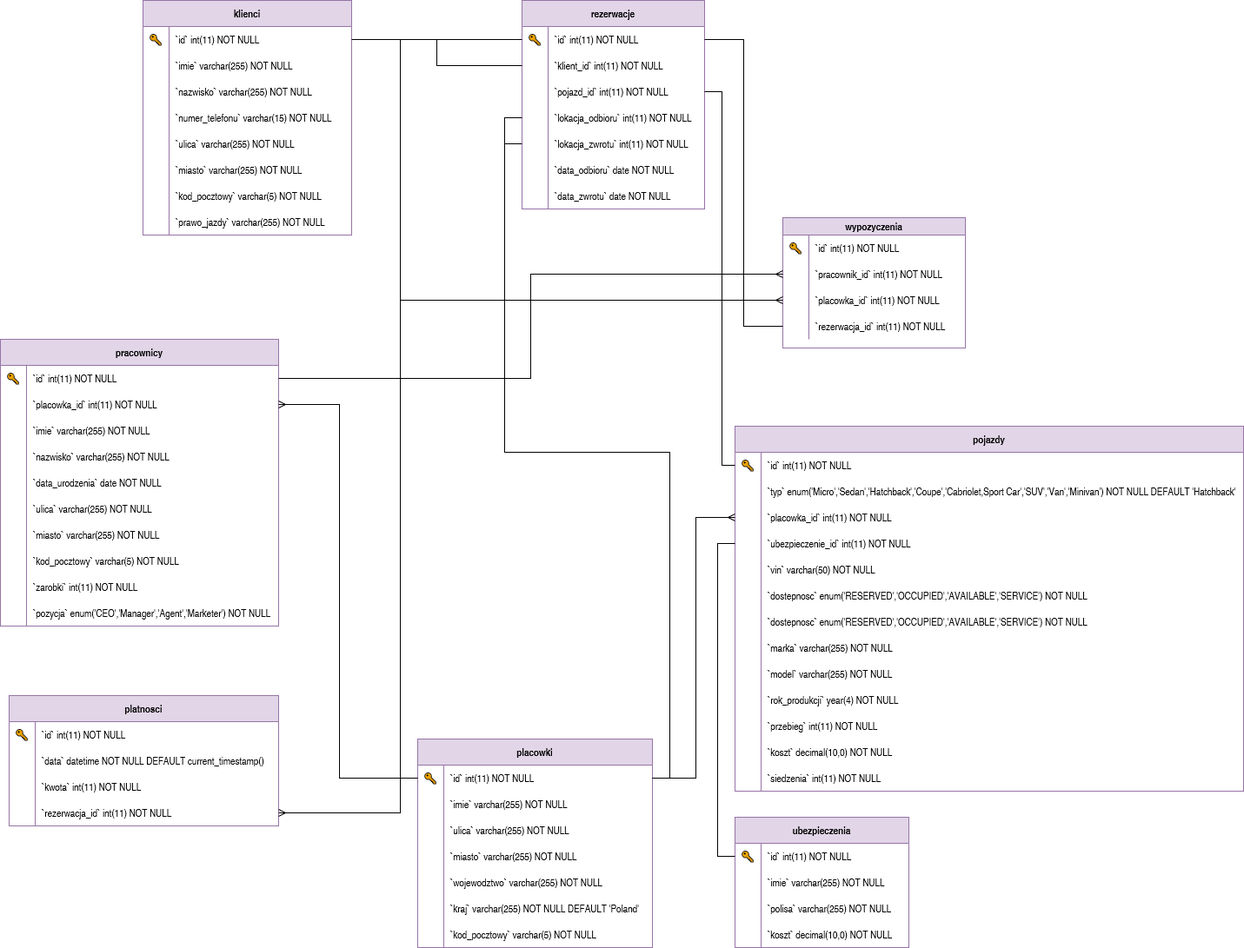
mcschoolaccount/car-sharing keeps this draw.io diagram as erd.png. Above is the earlier version. Source tidied: cells renumbered, new cells last; positions are measured from the earlier drawing's top-left corner, leaving out a move shared by most shapes.
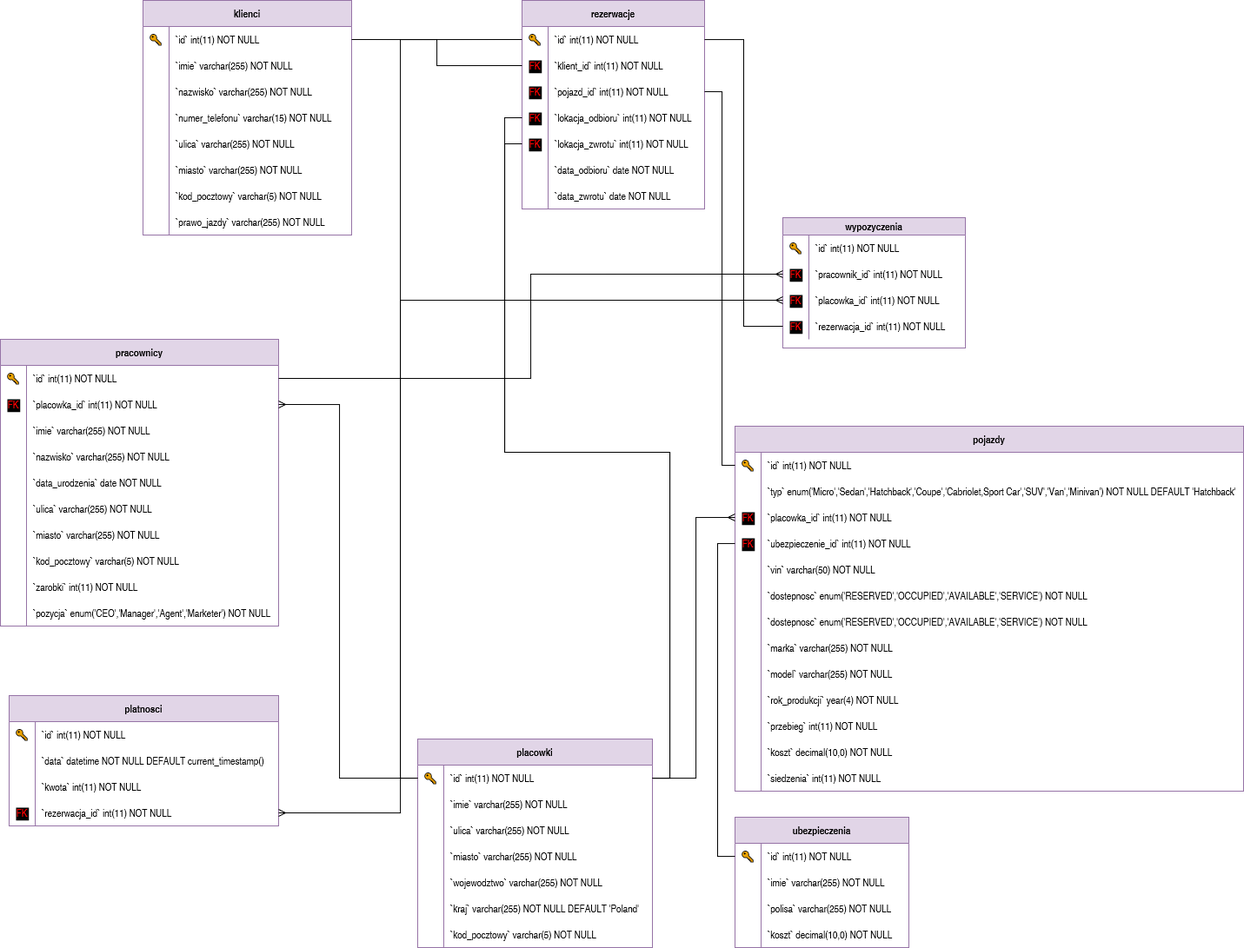
The same diagram one commit later.

Diff of the diagram source:
```diff
@@ -176,7 +176,7 @@
     <mxCell id="59" style="shape=tableRow;horizontal=0;startSize=0;swimlaneHead=0;swimlaneBody=0;fillColor=none;points=[[0,0.5],[1,0.5]];portConstraint=eastwest;strokeColor=inherit;top=0;left=0;right=0;bottom=0;" parent="49" vertex="1">
       <mxGeometry y="120" width="310" height="30" as="geometry" />
     </mxCell>
-    <mxCell id="60" style="shape=partialRectangle;overflow=hidden;fillColor=none;strokeColor=inherit;top=0;left=0;bottom=0;right=0;" parent="59" vertex="1">
+    <mxCell id="60" value="FK" style="shape=partialRectangle;overflow=hidden;fillColor=none;strokeColor=inherit;top=0;left=0;bottom=0;right=0;labelBackgroundColor=#000000;fontColor=#FF0000;" parent="59" vertex="1">
       <mxGeometry width="30" height="30" as="geometry" />
     </mxCell>
     <mxCell id="61" value="`rezerwacja_id` int(11) NOT NULL" style="shape=partialRectangle;overflow=hidden;fillColor=none;align=left;strokeColor=inherit;top=0;left=0;bottom=0;right=0;spacingLeft=6;" parent="59" vertex="1">
@@ -206,7 +206,7 @@
     <mxCell id="69" style="shape=tableRow;horizontal=0;startSize=0;swimlaneHead=0;swimlaneBody=0;fillColor=none;points=[[0,0.5],[1,0.5]];portConstraint=eastwest;strokeColor=inherit;top=0;left=0;right=0;bottom=0;" parent="62" vertex="1">
       <mxGeometry y="90" width="585" height="30" as="geometry" />
     </mxCell>
-    <mxCell id="70" style="shape=partialRectangle;overflow=hidden;fillColor=none;strokeColor=inherit;top=0;left=0;bottom=0;right=0;" parent="69" vertex="1">
+    <mxCell id="70" value="FK" style="shape=partialRectangle;overflow=hidden;fillColor=none;strokeColor=inherit;top=0;left=0;bottom=0;right=0;labelBackgroundColor=#000000;fontColor=#FF0000;" parent="69" vertex="1">
       <mxGeometry width="30" height="30" as="geometry" />
     </mxCell>
     <mxCell id="71" value="`placowka_id` int(11) NOT NULL" style="shape=partialRectangle;overflow=hidden;fillColor=none;align=left;strokeColor=inherit;top=0;left=0;bottom=0;right=0;spacingLeft=6;" parent="69" vertex="1">
@@ -215,7 +215,7 @@
     <mxCell id="72" style="shape=tableRow;horizontal=0;startSize=0;swimlaneHead=0;swimlaneBody=0;fillColor=none;points=[[0,0.5],[1,0.5]];portConstraint=eastwest;strokeColor=inherit;top=0;left=0;right=0;bottom=0;" parent="62" vertex="1">
       <mxGeometry y="120" width="585" height="30" as="geometry" />
     </mxCell>
-    <mxCell id="73" style="shape=partialRectangle;overflow=hidden;fillColor=none;strokeColor=inherit;top=0;left=0;bottom=0;right=0;" parent="72" vertex="1">
+    <mxCell id="73" value="FK" style="shape=partialRectangle;overflow=hidden;fillColor=none;strokeColor=inherit;top=0;left=0;bottom=0;right=0;labelBackgroundColor=#000000;fontColor=#FF0000;" parent="72" vertex="1">
       <mxGeometry width="30" height="30" as="geometry" />
     </mxCell>
     <mxCell id="74" value="`ubezpieczenie_id` int(11) NOT NULL" style="shape=partialRectangle;overflow=hidden;fillColor=none;align=left;strokeColor=inherit;top=0;left=0;bottom=0;right=0;spacingLeft=6;" parent="72" vertex="1">
@@ -317,7 +317,7 @@
     <mxCell id="106" style="shape=tableRow;horizontal=0;startSize=0;swimlaneHead=0;swimlaneBody=0;fillColor=none;points=[[0,0.5],[1,0.5]];portConstraint=eastwest;strokeColor=inherit;top=0;left=0;right=0;bottom=0;" parent="102" vertex="1">
       <mxGeometry y="60" width="320" height="30" as="geometry" />
     </mxCell>
-    <mxCell id="107" style="shape=partialRectangle;overflow=hidden;fillColor=none;strokeColor=inherit;top=0;left=0;bottom=0;right=0;" parent="106" vertex="1">
+    <mxCell id="107" value="FK" style="shape=partialRectangle;overflow=hidden;fillColor=none;strokeColor=inherit;top=0;left=0;bottom=0;right=0;labelBackgroundColor=#000000;fontColor=#FF0000;" parent="106" vertex="1">
       <mxGeometry width="30" height="30" as="geometry" />
     </mxCell>
     <mxCell id="108" value="`placowka_id` int(11) NOT NULL" style="shape=partialRectangle;overflow=hidden;fillColor=none;align=left;strokeColor=inherit;top=0;left=0;bottom=0;right=0;spacingLeft=6;" parent="106" vertex="1">
@@ -410,7 +410,7 @@
     <mxCell id="137" style="shape=tableRow;horizontal=0;startSize=0;swimlaneHead=0;swimlaneBody=0;fillColor=none;points=[[0,0.5],[1,0.5]];portConstraint=eastwest;strokeColor=inherit;top=0;left=0;right=0;bottom=0;" parent="133" vertex="1">
       <mxGeometry y="60" width="210" height="30" as="geometry" />
     </mxCell>
-    <mxCell id="138" style="shape=partialRectangle;overflow=hidden;fillColor=none;strokeColor=inherit;top=0;left=0;bottom=0;right=0;" parent="137" vertex="1">
+    <mxCell id="138" value="FK" style="shape=partialRectangle;overflow=hidden;fillColor=none;strokeColor=inherit;top=0;left=0;bottom=0;right=0;labelBackgroundColor=#000000;fontColor=#FF0000;" parent="137" vertex="1">
       <mxGeometry width="30" height="30" as="geometry" />
     </mxCell>
     <mxCell id="139" value="`klient_id` int(11) NOT NULL" style="shape=partialRectangle;overflow=hidden;fillColor=none;align=left;strokeColor=inherit;top=0;left=0;bottom=0;right=0;spacingLeft=6;" parent="137" vertex="1">
@@ -419,7 +419,7 @@
     <mxCell id="140" style="shape=tableRow;horizontal=0;startSize=0;swimlaneHead=0;swimlaneBody=0;fillColor=none;points=[[0,0.5],[1,0.5]];portConstraint=eastwest;strokeColor=inherit;top=0;left=0;right=0;bottom=0;" parent="133" vertex="1">
       <mxGeometry y="90" width="210" height="30" as="geometry" />
     </mxCell>
-    <mxCell id="141" style="shape=partialRectangle;overflow=hidden;fillColor=none;strokeColor=inherit;top=0;left=0;bottom=0;right=0;" parent="140" vertex="1">
+    <mxCell id="141" value="FK" style="shape=partialRectangle;overflow=hidden;fillColor=none;strokeColor=inherit;top=0;left=0;bottom=0;right=0;labelBackgroundColor=#000000;fontColor=#FF0000;" parent="140" vertex="1">
       <mxGeometry width="30" height="30" as="geometry" />
     </mxCell>
     <mxCell id="142" value="`pojazd_id` int(11) NOT NULL" style="shape=partialRectangle;overflow=hidden;fillColor=none;align=left;strokeColor=inherit;top=0;left=0;bottom=0;right=0;spacingLeft=6;" parent="140" vertex="1">
@@ -428,7 +428,7 @@
     <mxCell id="143" style="shape=tableRow;horizontal=0;startSize=0;swimlaneHead=0;swimlaneBody=0;fillColor=none;points=[[0,0.5],[1,0.5]];portConstraint=eastwest;strokeColor=inherit;top=0;left=0;right=0;bottom=0;" parent="133" vertex="1">
       <mxGeometry y="120" width="210" height="30" as="geometry" />
     </mxCell>
-    <mxCell id="144" style="shape=partialRectangle;overflow=hidden;fillColor=none;strokeColor=inherit;top=0;left=0;bottom=0;right=0;" parent="143" vertex="1">
+    <mxCell id="144" value="FK" style="shape=partialRectangle;overflow=hidden;fillColor=none;strokeColor=inherit;top=0;left=0;bottom=0;right=0;labelBackgroundColor=#000000;fontColor=#FF0000;" parent="143" vertex="1">
       <mxGeometry width="30" height="30" as="geometry" />
     </mxCell>
     <mxCell id="145" value="`lokacja_odbioru` int(11) NOT NULL" style="shape=partialRectangle;overflow=hidden;fillColor=none;align=left;strokeColor=inherit;top=0;left=0;bottom=0;right=0;spacingLeft=6;" parent="143" vertex="1">
@@ -437,7 +437,7 @@
     <mxCell id="146" style="shape=tableRow;horizontal=0;startSize=0;swimlaneHead=0;swimlaneBody=0;fillColor=none;points=[[0,0.5],[1,0.5]];portConstraint=eastwest;strokeColor=inherit;top=0;left=0;right=0;bottom=0;" parent="133" vertex="1">
       <mxGeometry y="150" width="210" height="30" as="geometry" />
     </mxCell>
-    <mxCell id="147" style="shape=partialRectangle;overflow=hidden;fillColor=none;strokeColor=inherit;top=0;left=0;bottom=0;right=0;" parent="146" vertex="1">
+    <mxCell id="147" value="FK" style="shape=partialRectangle;overflow=hidden;fillColor=none;strokeColor=inherit;top=0;left=0;bottom=0;right=0;labelBackgroundColor=#000000;fontColor=#FF0000;" parent="146" vertex="1">
       <mxGeometry width="30" height="30" as="geometry" />
     </mxCell>
     <mxCell id="148" value="`lokacja_zwrotu` int(11) NOT NULL" style="shape=partialRectangle;overflow=hidden;fillColor=none;align=left;strokeColor=inherit;top=0;left=0;bottom=0;right=0;spacingLeft=6;" parent="146" vertex="1">
@@ -515,7 +515,7 @@
     <mxCell id="172" style="shape=tableRow;horizontal=0;startSize=0;swimlaneHead=0;swimlaneBody=0;fillColor=none;points=[[0,0.5],[1,0.5]];portConstraint=eastwest;strokeColor=inherit;top=0;left=0;right=0;bottom=0;" parent="168" vertex="1">
       <mxGeometry y="50" width="210" height="30" as="geometry" />
     </mxCell>
-    <mxCell id="173" style="shape=partialRectangle;overflow=hidden;fillColor=none;strokeColor=inherit;top=0;left=0;bottom=0;right=0;" parent="172" vertex="1">
+    <mxCell id="173" value="FK" style="shape=partialRectangle;overflow=hidden;fillColor=none;strokeColor=inherit;top=0;left=0;bottom=0;right=0;labelBackgroundColor=#000000;fontColor=#FF0000;" parent="172" vertex="1">
       <mxGeometry width="30" height="30" as="geometry" />
     </mxCell>
     <mxCell id="174" value="`pracownik_id` int(11) NOT NULL" style="shape=partialRectangle;overflow=hidden;fillColor=none;align=left;strokeColor=inherit;top=0;left=0;bottom=0;right=0;spacingLeft=6;" parent="172" vertex="1">
@@ -524,7 +524,7 @@
     <mxCell id="175" style="shape=tableRow;horizontal=0;startSize=0;swimlaneHead=0;swimlaneBody=0;fillColor=none;points=[[0,0.5],[1,0.5]];portConstraint=eastwest;strokeColor=inherit;top=0;left=0;right=0;bottom=0;" parent="168" vertex="1">
       <mxGeometry y="80" width="210" height="30" as="geometry" />
     </mxCell>
-    <mxCell id="176" style="shape=partialRectangle;overflow=hidden;fillColor=none;strokeColor=inherit;top=0;left=0;bottom=0;right=0;" parent="175" vertex="1">
+    <mxCell id="176" value="FK" style="shape=partialRectangle;overflow=hidden;fillColor=none;strokeColor=inherit;top=0;left=0;bottom=0;right=0;labelBackgroundColor=#000000;fontColor=#FF0000;" parent="175" vertex="1">
       <mxGeometry width="30" height="30" as="geometry" />
     </mxCell>
     <mxCell id="177" value="`placowka_id` int(11) NOT NULL" style="shape=partialRectangle;overflow=hidden;fillColor=none;align=left;strokeColor=inherit;top=0;left=0;bottom=0;right=0;spacingLeft=6;" parent="175" vertex="1">
@@ -533,7 +533,7 @@
     <mxCell id="178" style="shape=tableRow;horizontal=0;startSize=0;swimlaneHead=0;swimlaneBody=0;fillColor=none;points=[[0,0.5],[1,0.5]];portConstraint=eastwest;strokeColor=inherit;top=0;left=0;right=0;bottom=0;" parent="168" vertex="1">
       <mxGeometry y="110" width="210" height="30" as="geometry" />
     </mxCell>
-    <mxCell id="179" style="shape=partialRectangle;overflow=hidden;fillColor=none;strokeColor=inherit;top=0;left=0;bottom=0;right=0;" parent="178" vertex="1">
+    <mxCell id="179" value="FK" style="shape=partialRectangle;overflow=hidden;fillColor=none;strokeColor=inherit;top=0;left=0;bottom=0;right=0;labelBackgroundColor=#000000;fontColor=#FF0000;" parent="178" vertex="1">
       <mxGeometry width="30" height="30" as="geometry" />
     </mxCell>
     <mxCell id="180" value="`rezerwacja_id` int(11) NOT NULL" style="shape=partialRectangle;overflow=hidden;fillColor=none;align=left;strokeColor=inherit;top=0;left=0;bottom=0;right=0;spacingLeft=6;" parent="178" vertex="1">
```
